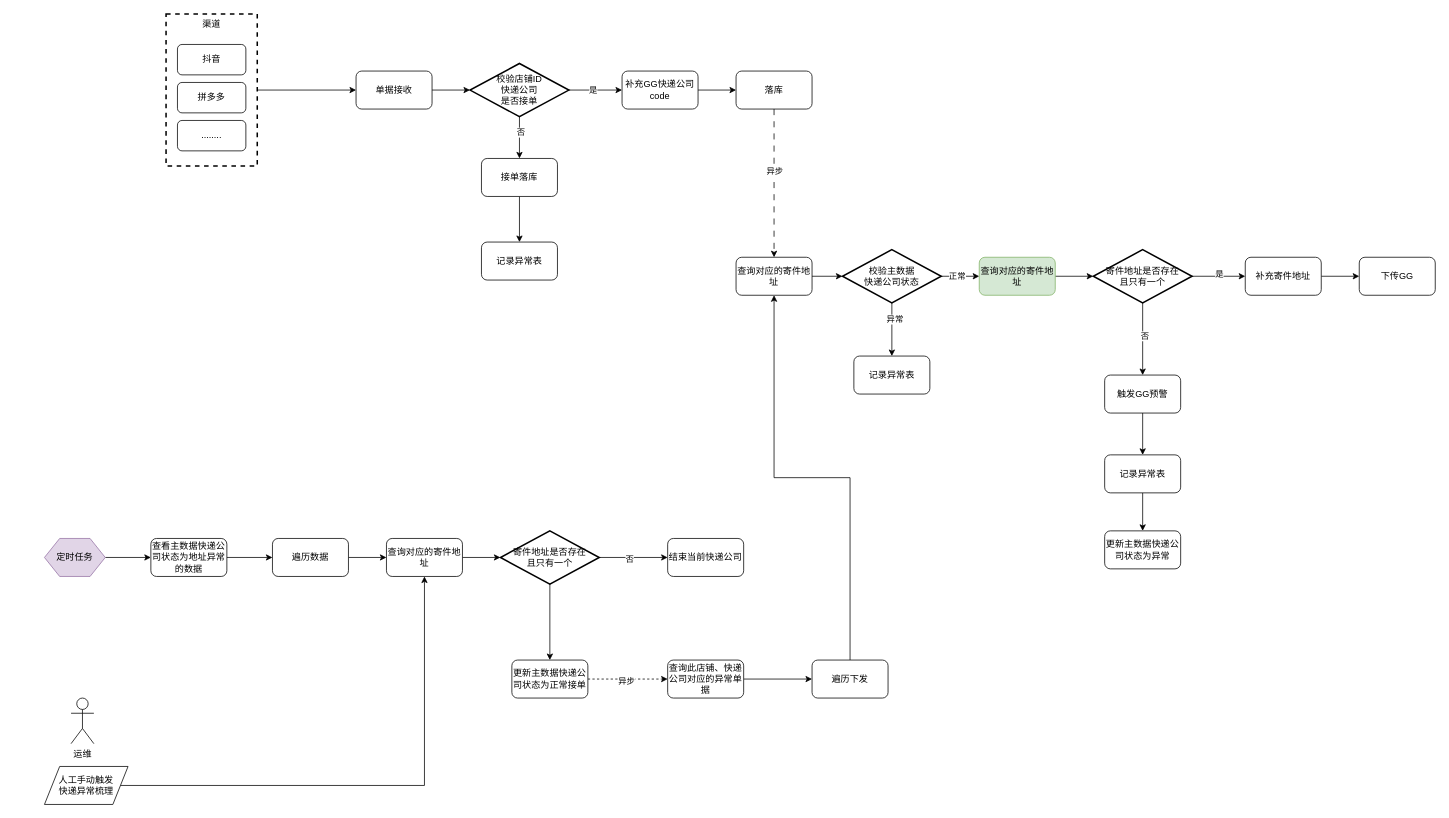
Before: page "地址异常相关流程" (3 of 4) of ISV 对接.drawio in shixw/drawio-depository, a draw.io diagram. Source tidied: cells renumbered, new cells numbered last; positions are measured from the earlier drawing's top-left corner, leaving out a move shared by most shapes. Both pictures are drawn from the tidied source at 76%, with x=0, y=0 at pixel (44, 14).
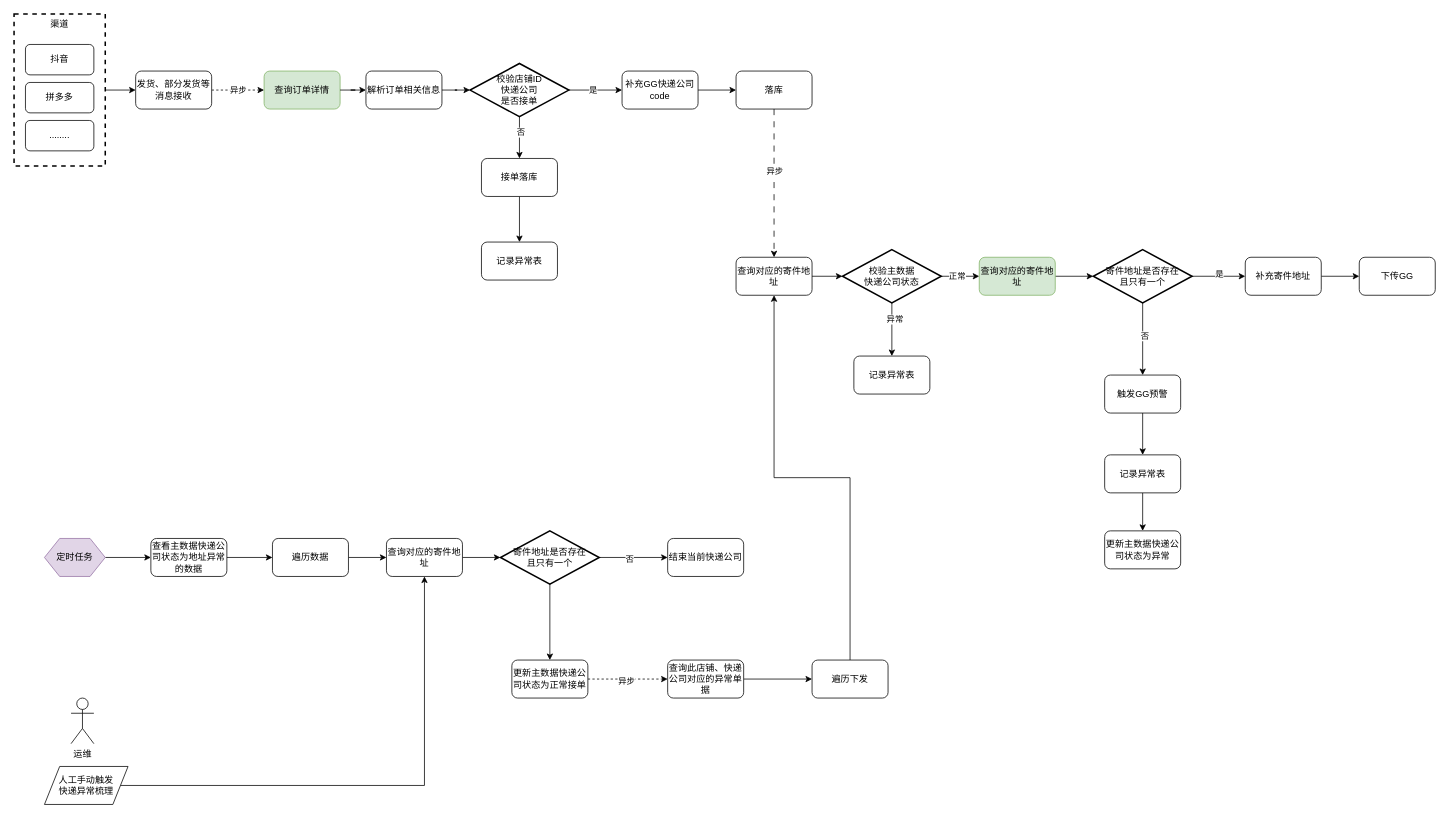
Above is the later version.

Unchanged cells that the change refers to:
```xml
<mxCell id="13" value="校验店铺ID&lt;br&gt;快递公司&lt;br&gt;是否接单" style="strokeWidth=2;html=1;shape=mxgraph.flowchart.decision;whiteSpace=wrap;" parent="1" vertex="1">
  <mxGeometry x="560" y="65" width="130" height="70" as="geometry" />
</mxCell>
```

What changed in the source:
```diff
@@
-    <mxCell id="2" style="edgeStyle=orthogonalEdgeStyle;rounded=0;jettySize=auto;html=1;entryX=0;entryY=0.5;entryDx=0;entryDy=0;entryPerimeter=0;" parent="1" edge="1" source="3" target="13">
+    <mxCell id="2" style="edgeStyle=orthogonalEdgeStyle;rounded=0;jettySize=auto;html=1;entryX=0;entryY=0.5;entryDx=0;entryDy=0;entryPerimeter=0;" parent="1" edge="1" source="71" target="13">
       <mxGeometry relative="1" as="geometry" />
     </mxCell>
-    <mxCell id="3" value="单据接收" style="rounded=1;whiteSpace=wrap;html=1;" parent="1" vertex="1">
-      <mxGeometry x="410" y="75" width="100" height="50" as="geometry" />
+    <mxCell id="3" value="查询订单详情" style="rounded=1;whiteSpace=wrap;html=1;fillColor=#d5e8d4;strokeColor=#82b366;" parent="1" vertex="1">
+      <mxGeometry x="289" y="75" width="100" height="50" as="geometry" />
     </mxCell>
     <mxCell id="4" value="渠道" style="rounded=0;whiteSpace=wrap;html=1;fillColor=none;dashed=1;strokeWidth=2;verticalAlign=top;" parent="1" vertex="1">
-      <mxGeometry x="160" width="120" height="200" as="geometry" />
+      <mxGeometry x="-40" width="120" height="200" as="geometry" />
     </mxCell>
     <mxCell id="5" value="抖音" style="rounded=1;whiteSpace=wrap;html=1;" parent="1" vertex="1">
-      <mxGeometry x="175" y="40" width="90" height="40" as="geometry" />
+      <mxGeometry x="-25" y="40" width="90" height="40" as="geometry" />
     </mxCell>
     <mxCell id="6" value="拼多多" style="rounded=1;whiteSpace=wrap;html=1;" parent="1" vertex="1">
-      <mxGeometry x="175" y="90" width="90" height="40" as="geometry" />
+      <mxGeometry x="-25" y="90" width="90" height="40" as="geometry" />
     </mxCell>
     <mxCell id="7" value="........" style="rounded=1;whiteSpace=wrap;html=1;" parent="1" vertex="1">
-      <mxGeometry x="175" y="140" width="90" height="40" as="geometry" />
+      <mxGeometry x="-25" y="140" width="90" height="40" as="geometry" />
     </mxCell>
-    <mxCell id="8" style="endArrow=classic;html=1;rounded=0;exitX=1;exitY=0.5;exitDx=0;exitDy=0;entryX=0;entryY=0.5;entryDx=0;entryDy=0;" parent="1" edge="1" source="4" target="3">
+    <mxCell id="8" value="异步" style="endArrow=classic;html=1;rounded=0;exitX=1;exitY=0.5;exitDx=0;exitDy=0;entryX=0;entryY=0.5;entryDx=0;entryDy=0;dashed=1;" parent="1" edge="1" source="69" target="3">
       <mxGeometry relative="1" as="geometry" />
     </mxCell>
@@
+    <mxCell id="68" style="endArrow=classic;html=1;rounded=0;exitX=1;exitY=0.5;exitDx=0;exitDy=0;entryX=0;entryY=0.5;entryDx=0;entryDy=0;" parent="1" edge="1" source="4" target="69">
+      <mxGeometry relative="1" as="geometry" />
+    </mxCell>
+    <mxCell id="69" value="发货、部分发货等&lt;br&gt;消息接收" style="rounded=1;whiteSpace=wrap;html=1;" parent="1" vertex="1">
+      <mxGeometry x="120" y="75" width="100" height="50" as="geometry" />
+    </mxCell>
+    <mxCell id="70" style="edgeStyle=orthogonalEdgeStyle;rounded=0;jettySize=auto;html=1;entryX=0;entryY=0.5;entryDx=0;entryDy=0;entryPerimeter=0;" parent="1" edge="1" source="3" target="71">
+      <mxGeometry relative="1" as="geometry" />
+    </mxCell>
+    <mxCell id="71" value="解析订单相关信息" style="rounded=1;whiteSpace=wrap;html=1;" parent="1" vertex="1">
+      <mxGeometry x="423" y="75" width="100" height="50" as="geometry" />
+    </mxCell>
```
